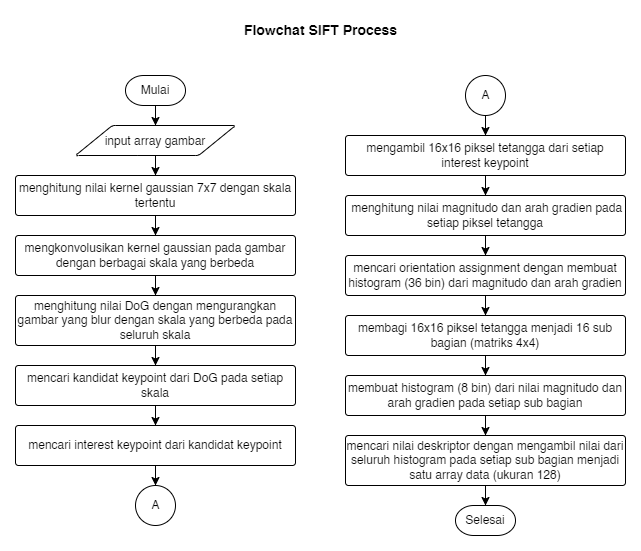
Above: Skripsi/resource/Tugas Akhir-Flowchart SIFT.drawio.png in RTAgung/tugas-akhir (draw.io), before the change. Source tidied: cells renumbered, new cells last; positions are measured from the earlier drawing's top-left corner, leaving out a move shared by most shapes.
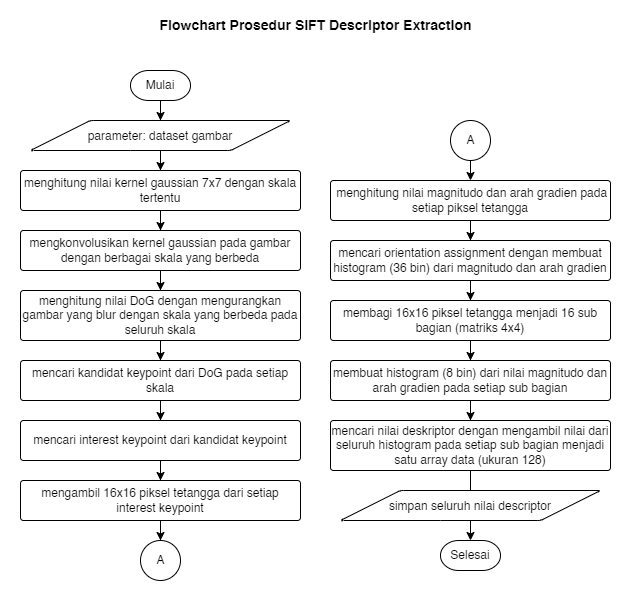
After the commit.

The edit, as a diff of the source:
```diff
@@ -2,6 +2,9 @@
   <root>
     <mxCell id="0" />
     <mxCell id="1" parent="0" />
+    <mxCell id="35" style="rounded=0;whiteSpace=wrap;html=1;strokeColor=none;" parent="1" vertex="1">
+      <mxGeometry x="-20" y="-10" width="630" height="600" as="geometry" />
+    </mxCell>
     <mxCell id="2" style="edgeStyle=orthogonalEdgeStyle;rounded=0;jettySize=auto;html=1;entryX=0.5;entryY=0;entryDx=0;entryDy=0;fontSize=14;strokeWidth=1;" parent="1" edge="1" source="3" target="8">
       <mxGeometry relative="1" as="geometry" />
     </mxCell>
@@ -9,7 +12,7 @@
       <mxGeometry x="110" y="60" width="60" height="30" as="geometry" />
     </mxCell>
     <mxCell id="4" value="Selesai" style="strokeWidth=1;html=1;shape=mxgraph.flowchart.terminator;whiteSpace=wrap;" parent="1" vertex="1">
-      <mxGeometry x="440" y="490" width="60" height="30" as="geometry" />
+      <mxGeometry x="420" y="530" width="60" height="30" as="geometry" />
     </mxCell>
     <mxCell id="5" style="edgeStyle=orthogonalEdgeStyle;rounded=0;jettySize=auto;html=1;entryX=0.5;entryY=0;entryDx=0;entryDy=0;fontSize=14;strokeWidth=1;" parent="1" edge="1" source="6" target="10">
       <mxGeometry relative="1" as="geometry" />
@@ -20,8 +23,8 @@
     <mxCell id="7" style="edgeStyle=orthogonalEdgeStyle;rounded=0;jettySize=auto;html=1;entryX=0.5;entryY=0;entryDx=0;entryDy=0;fontSize=14;strokeWidth=1;" parent="1" edge="1" source="8" target="6">
       <mxGeometry relative="1" as="geometry" />
     </mxCell>
-    <mxCell id="8" value="&lt;font style=&quot;font-size: 12px;&quot;&gt;input array gambar&lt;/font&gt;" style="shape=parallelogram;html=1;strokeWidth=1;perimeter=parallelogramPerimeter;whiteSpace=wrap;rounded=1;arcSize=6;size=0.23;fontSize=14;" parent="1" vertex="1">
-      <mxGeometry x="60" y="110" width="160" height="30" as="geometry" />
+    <mxCell id="8" value="&lt;font style=&quot;font-size: 12px;&quot;&gt;parameter: dataset gambar&lt;/font&gt;" style="shape=parallelogram;html=1;strokeWidth=1;perimeter=parallelogramPerimeter;whiteSpace=wrap;rounded=1;arcSize=6;size=0.23;fontSize=14;" parent="1" vertex="1">
+      <mxGeometry x="10" y="110" width="260" height="30" as="geometry" />
     </mxCell>
     <mxCell id="9" style="edgeStyle=orthogonalEdgeStyle;rounded=0;jettySize=auto;html=1;entryX=0.5;entryY=0;entryDx=0;entryDy=0;fontSize=14;strokeWidth=1;" parent="1" edge="1" source="10" target="12">
       <mxGeometry relative="1" as="geometry" />
@@ -41,9 +44,9 @@
     <mxCell id="14" value="mencari kandidat keypoint dari DoG pada setiap skala" style="rounded=1;whiteSpace=wrap;html=1;absoluteArcSize=1;arcSize=6;strokeWidth=1;" parent="1" vertex="1">
       <mxGeometry y="350" width="280" height="40" as="geometry" />
     </mxCell>
-    <mxCell id="15" style="edgeStyle=orthogonalEdgeStyle;rounded=0;jettySize=auto;html=1;entryX=0.5;entryY=0;entryDx=0;entryDy=0;entryPerimeter=0;fontSize=14;strokeWidth=1;" parent="1" edge="1" source="16" target="29">
-      <mxGeometry relative="1" as="geometry" />
-    </mxCell>
+    <mxCell id="36" style="edgeStyle=orthogonalEdgeStyle;rounded=0;jettySize=auto;html=1;entryX=0.5;entryY=0;entryDx=0;entryDy=0;" parent="1" edge="1" source="16" target="24">
+      <mxGeometry relative="1" as="geometry" />
+    </mxCell>
     <mxCell id="16" value="mencari interest keypoint dari kandidat keypoint" style="rounded=1;whiteSpace=wrap;html=1;absoluteArcSize=1;arcSize=6;strokeWidth=1;" parent="1" vertex="1">
       <mxGeometry y="410" width="280" height="40" as="geometry" />
     </mxCell>
@@ -51,55 +54,60 @@
       <mxGeometry relative="1" as="geometry" />
     </mxCell>
     <mxCell id="18" value="&amp;nbsp;menghitung nilai magnitudo dan arah gradien pada setiap piksel tetangga" style="rounded=1;whiteSpace=wrap;html=1;absoluteArcSize=1;arcSize=6;strokeWidth=1;" parent="1" vertex="1">
-      <mxGeometry x="330" y="180" width="280" height="40" as="geometry" />
+      <mxGeometry x="310" y="170" width="280" height="40" as="geometry" />
     </mxCell>
     <mxCell id="19" style="edgeStyle=orthogonalEdgeStyle;rounded=0;jettySize=auto;html=1;entryX=0.5;entryY=0;entryDx=0;entryDy=0;fontSize=14;strokeWidth=1;" parent="1" edge="1" source="20" target="22">
       <mxGeometry relative="1" as="geometry" />
     </mxCell>
     <mxCell id="20" value="mencari orientation assignment dengan membuat histogram (36 bin) dari magnitudo dan arah gradien" style="rounded=1;whiteSpace=wrap;html=1;absoluteArcSize=1;arcSize=6;strokeWidth=1;" parent="1" vertex="1">
-      <mxGeometry x="330" y="240" width="280" height="40" as="geometry" />
+      <mxGeometry x="310" y="230" width="280" height="40" as="geometry" />
     </mxCell>
     <mxCell id="21" style="edgeStyle=orthogonalEdgeStyle;rounded=0;jettySize=auto;html=1;fontSize=14;strokeWidth=1;" parent="1" edge="1" source="22" target="26">
       <mxGeometry relative="1" as="geometry" />
     </mxCell>
     <mxCell id="22" value="membagi 16x16 piksel tetangga menjadi 16 sub bagian (matriks 4x4)" style="rounded=1;whiteSpace=wrap;html=1;absoluteArcSize=1;arcSize=6;strokeWidth=1;" parent="1" vertex="1">
-      <mxGeometry x="330" y="300" width="280" height="40" as="geometry" />
+      <mxGeometry x="310" y="290" width="280" height="40" as="geometry" />
     </mxCell>
-    <mxCell id="23" style="edgeStyle=orthogonalEdgeStyle;rounded=0;jettySize=auto;html=1;entryX=0.5;entryY=0;entryDx=0;entryDy=0;fontSize=14;strokeWidth=1;" parent="1" edge="1" source="24" target="18">
-      <mxGeometry relative="1" as="geometry" />
+    <mxCell id="23" style="edgeStyle=orthogonalEdgeStyle;rounded=0;jettySize=auto;html=1;entryX=0.5;entryY=0;entryDx=0;entryDy=0;fontSize=14;strokeWidth=1;" parent="1" edge="1" target="18">
+      <mxGeometry relative="1" as="geometry">
+        <mxPoint x="450" y="150" as="sourcePoint" />
+      </mxGeometry>
     </mxCell>
-    <mxCell id="24" value="mengambil 16x16 piksel tetangga dari setiap interest keypoint" style="rounded=1;whiteSpace=wrap;html=1;absoluteArcSize=1;arcSize=6;strokeWidth=1;" parent="1" vertex="1">
-      <mxGeometry x="330" y="120" width="280" height="40" as="geometry" />
-    </mxCell>
     <mxCell id="25" style="edgeStyle=orthogonalEdgeStyle;rounded=0;jettySize=auto;html=1;entryX=0.5;entryY=0;entryDx=0;entryDy=0;fontSize=14;strokeWidth=1;" parent="1" edge="1" source="26" target="28">
       <mxGeometry relative="1" as="geometry" />
     </mxCell>
     <mxCell id="26" value="membuat histogram (8 bin) dari nilai magnitudo dan arah gradien pada setiap sub bagian" style="rounded=1;whiteSpace=wrap;html=1;absoluteArcSize=1;arcSize=6;strokeWidth=1;" parent="1" vertex="1">
-      <mxGeometry x="330" y="360" width="280" height="40" as="geometry" />
+      <mxGeometry x="310" y="350" width="280" height="40" as="geometry" />
     </mxCell>
     <mxCell id="27" style="edgeStyle=orthogonalEdgeStyle;rounded=0;jettySize=auto;html=1;entryX=0.5;entryY=0;entryDx=0;entryDy=0;entryPerimeter=0;fontSize=14;strokeWidth=1;" parent="1" edge="1" source="28" target="4">
       <mxGeometry relative="1" as="geometry" />
     </mxCell>
     <mxCell id="28" value="mencari nilai deskriptor dengan mengambil nilai dari seluruh histogram pada setiap sub bagian menjadi satu array data (ukuran 128)" style="rounded=1;whiteSpace=wrap;html=1;absoluteArcSize=1;arcSize=6;strokeWidth=1;" parent="1" vertex="1">
-      <mxGeometry x="330" y="420" width="280" height="50" as="geometry" />
+      <mxGeometry x="310" y="410" width="280" height="50" as="geometry" />
     </mxCell>
     <mxCell id="29" style="verticalLabelPosition=bottom;verticalAlign=top;html=1;shape=mxgraph.flowchart.on-page_reference;fontSize=12;strokeWidth=1;" parent="1" vertex="1">
-      <mxGeometry x="120" y="470" width="40" height="40" as="geometry" />
+      <mxGeometry x="120" y="530" width="40" height="40" as="geometry" />
     </mxCell>
     <mxCell id="30" value="A" style="text;html=1;align=center;verticalAlign=middle;strokeColor=none;fillColor=none;fontSize=12;" parent="1" vertex="1">
-      <mxGeometry x="125" y="475" width="30" height="30" as="geometry" />
+      <mxGeometry x="125" y="535" width="30" height="30" as="geometry" />
     </mxCell>
-    <mxCell id="31" style="edgeStyle=orthogonalEdgeStyle;rounded=0;jettySize=auto;html=1;entryX=0.5;entryY=0;entryDx=0;entryDy=0;fontSize=14;strokeWidth=1;" parent="1" edge="1" source="32" target="24">
-      <mxGeometry relative="1" as="geometry" />
-    </mxCell>
     <mxCell id="32" style="verticalLabelPosition=bottom;verticalAlign=top;html=1;shape=mxgraph.flowchart.on-page_reference;fontSize=12;strokeWidth=1;" parent="1" vertex="1">
-      <mxGeometry x="450" y="60" width="40" height="40" as="geometry" />
+      <mxGeometry x="430" y="110" width="40" height="40" as="geometry" />
     </mxCell>
     <mxCell id="33" value="A" style="text;html=1;align=center;verticalAlign=middle;strokeColor=none;fillColor=none;fontSize=12;" parent="1" vertex="1">
-      <mxGeometry x="455" y="65" width="30" height="30" as="geometry" />
+      <mxGeometry x="435" y="115" width="30" height="30" as="geometry" />
     </mxCell>
-    <mxCell id="34" value="&lt;font style=&quot;font-size: 14px;&quot;&gt;&lt;b&gt;Flowchat SIFT Process&lt;/b&gt;&lt;/font&gt;" style="text;html=1;align=center;verticalAlign=middle;strokeColor=none;fillColor=none;fontSize=12;" parent="1" vertex="1">
-      <mxGeometry x="215" width="180" height="30" as="geometry" />
+    <mxCell id="34" value="&lt;font style=&quot;font-size: 14px;&quot;&gt;&lt;b&gt;Flowchart Prosedur&amp;nbsp;&lt;/b&gt;&lt;/font&gt;&lt;span style=&quot;font-size: 14px;&quot;&gt;&lt;b&gt;SIFT Descriptor Extraction&lt;/b&gt;&lt;/span&gt;" style="text;html=1;align=center;verticalAlign=middle;strokeColor=none;fillColor=none;fontSize=12;" parent="1" vertex="1">
+      <mxGeometry x="125" width="340" height="30" as="geometry" />
     </mxCell>
+    <mxCell id="37" value="&lt;span style=&quot;font-size: 12px;&quot;&gt;simpan seluruh nilai descriptor&lt;/span&gt;" style="shape=parallelogram;html=1;strokeWidth=1;perimeter=parallelogramPerimeter;whiteSpace=wrap;rounded=1;arcSize=6;size=0.23;fontSize=14;" parent="1" vertex="1">
+      <mxGeometry x="320" y="480" width="260" height="30" as="geometry" />
+    </mxCell>
+    <mxCell id="38" style="edgeStyle=orthogonalEdgeStyle;rounded=0;jettySize=auto;html=1;entryX=0.5;entryY=0;entryDx=0;entryDy=0;entryPerimeter=0;" parent="1" edge="1" source="24" target="29">
+      <mxGeometry relative="1" as="geometry" />
+    </mxCell>
+    <mxCell id="24" value="mengambil 16x16 piksel tetangga dari setiap interest keypoint" style="rounded=1;whiteSpace=wrap;html=1;absoluteArcSize=1;arcSize=6;strokeWidth=1;" parent="1" vertex="1">
+      <mxGeometry y="470" width="280" height="40" as="geometry" />
+    </mxCell>
   </root>
 </mxGraphModel>
```
